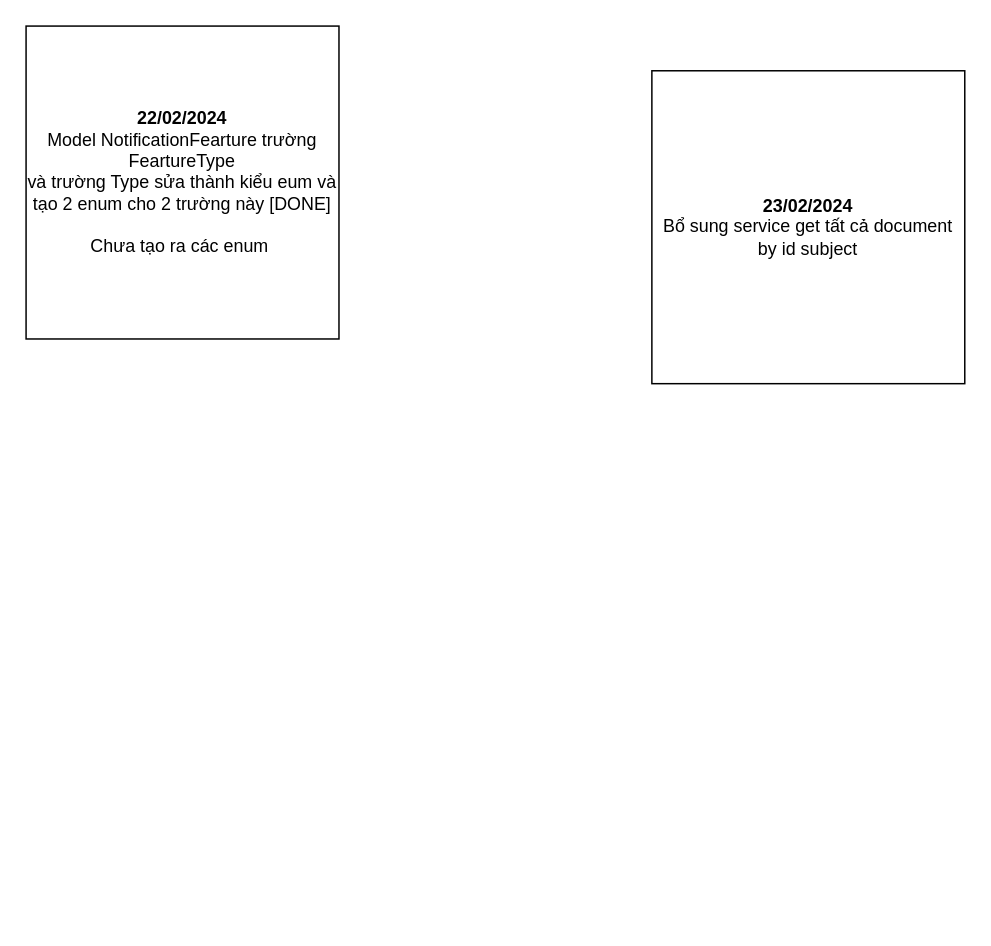
The draw.io diagram page "Note" (3 of 3) of Internship_BACKEND_2024_02_02.01.2024_LamSamChan_LMS - Elibrary_Diagram.drawio in LamSamChan/LMS_ELibrary_BE_Intern_Alta, before the edit. Source tidied: cells renumbered, new cells numbered last; positions are measured from the earlier drawing's top-left corner, leaving out a move shared by most shapes. Both pictures are drawn from the tidied source at 149%, with x=0, y=0 at pixel (25, 25).
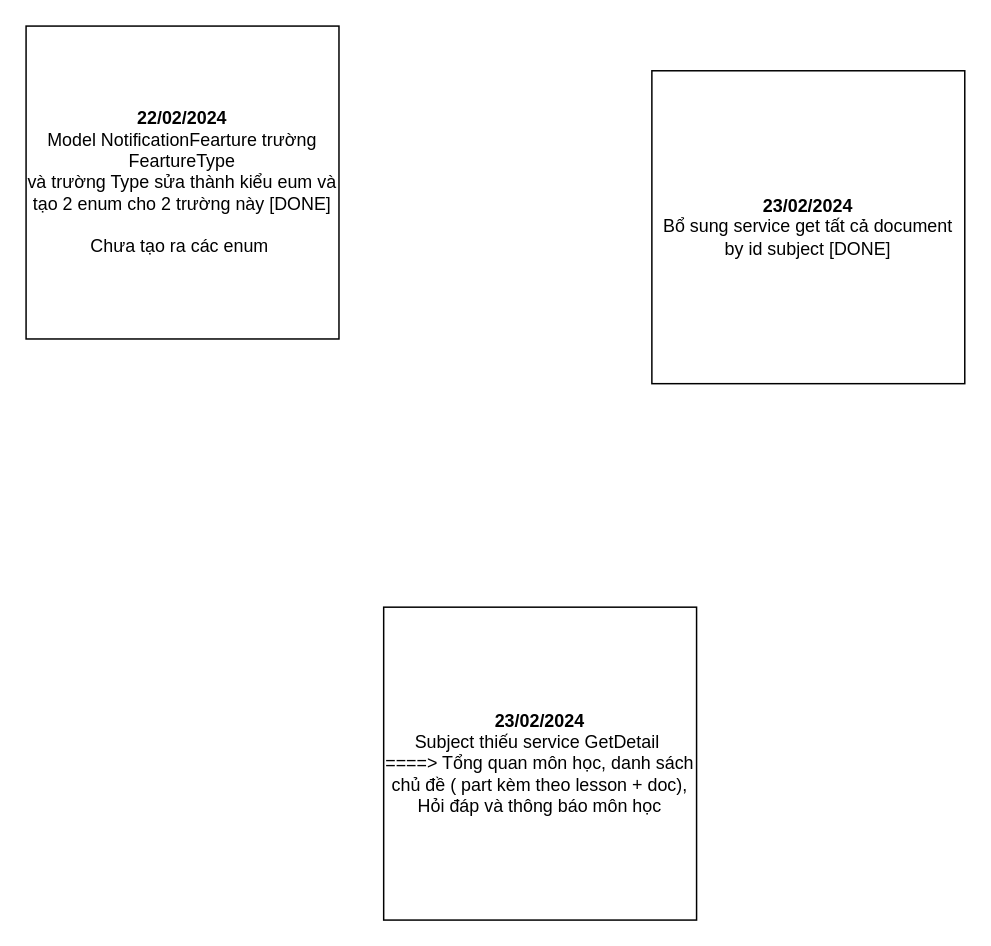
The same page after the edit.

Diff of the diagram source:
```diff
@@
 <mxGraphModel>
   <root>
     <mxCell id="0" />
     <mxCell id="1" parent="0" />
     <mxCell id="2" value="&lt;b&gt;22/02/2024&lt;br&gt;&lt;/b&gt;Model NotificationFearture trường FeartureType&lt;br&gt;và trường Type sửa thành kiểu eum và tạo 2 enum cho 2 trường này [DONE]&lt;br&gt;&lt;br&gt;Chưa tạo ra các enum&amp;nbsp;" style="whiteSpace=wrap;html=1;" parent="1" vertex="1">
       <mxGeometry width="210" height="210" as="geometry" />
     </mxCell>
-    <mxCell id="3" value="&lt;b&gt;23/02/2024&lt;br&gt;&lt;/b&gt;Bổ sung service get tất cả document by id subject" style="whiteSpace=wrap;html=1;" parent="1" vertex="1">
+    <mxCell id="3" value="&lt;b&gt;23/02/2024&lt;br&gt;&lt;/b&gt;Bổ sung service get tất cả document by id subject [DONE]" style="whiteSpace=wrap;html=1;" parent="1" vertex="1">
       <mxGeometry x="420" y="30" width="210" height="210" as="geometry" />
     </mxCell>
+    <mxCell id="4" value="&lt;b&gt;23/02/2024&lt;br&gt;&lt;/b&gt;Subject thiếu service GetDetail&amp;nbsp;&lt;br&gt;====&amp;gt; Tổng quan môn học, danh sách chủ đề ( part kèm theo lesson + doc), Hỏi đáp và thông báo môn học" style="whiteSpace=wrap;html=1;" parent="1" vertex="1">
+      <mxGeometry x="240" y="390" width="210" height="210" as="geometry" />
+    </mxCell>
   </root>
 </mxGraphModel>
```
